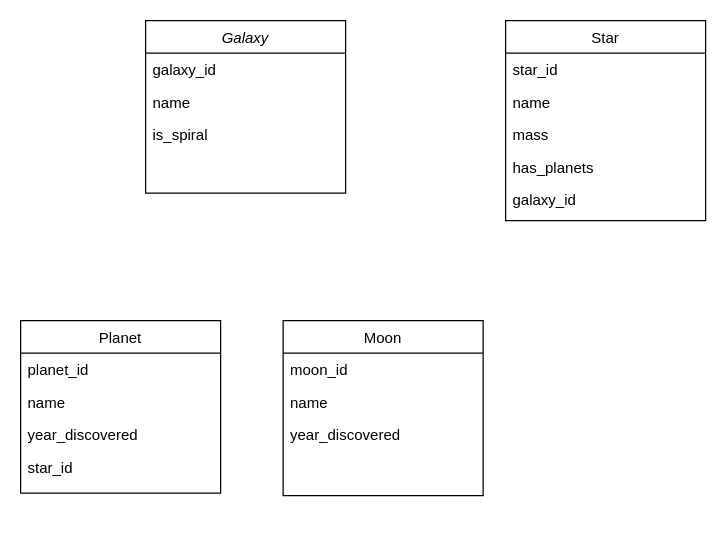
Before: Diagram.drawio in tskxz/celestial-bodies, a draw.io diagram. Source tidied: cells renumbered, new cells numbered last; positions are measured from the earlier drawing's top-left corner, leaving out a move shared by most shapes. Both pictures are drawn from the tidied source at 125%, with x=0, y=0 at pixel (20, 20).
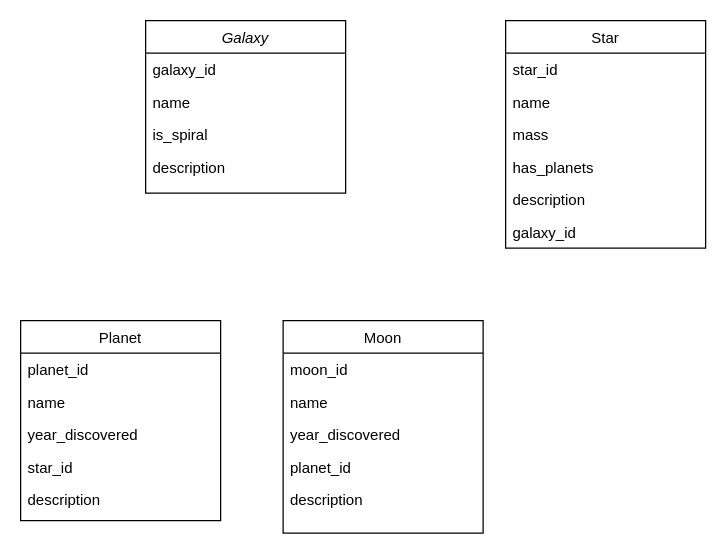
The same diagram, later.

The change refers to these unchanged cells:
```xml
<mxCell id="2" value="Galaxy" style="swimlane;fontStyle=2;align=center;verticalAlign=top;horizontal=1;startSize=26;rounded=0;shadow=0;strokeWidth=1;" parent="1" vertex="1">
  <mxGeometry x="100" width="160" height="138" as="geometry" />
</mxCell>
```

The edit, as a diff of the source:
```diff
@@
+    <mxCell id="21" value="description" style="text;align=left;verticalAlign=top;spacingLeft=4;spacingRight=4;overflow=hidden;rounded=0;shadow=0;html=0;" parent="2" vertex="1">
+      <mxGeometry y="104" width="160" height="26" as="geometry" />
+    </mxCell>
     <mxCell id="6" value="Planet" style="swimlane;fontStyle=0;align=center;verticalAlign=top;horizontal=1;startSize=26;rounded=0;shadow=0;strokeWidth=1;" parent="1" vertex="1">
-      <mxGeometry y="240" width="160" height="138" as="geometry" />
+      <mxGeometry y="240" width="160" height="160" as="geometry" />
     </mxCell>
@@
+    <mxCell id="22" value="description" style="text;align=left;verticalAlign=top;spacingLeft=4;spacingRight=4;overflow=hidden;rounded=0;shadow=0;html=0;" parent="6" vertex="1">
+      <mxGeometry y="130" width="160" height="26" as="geometry" />
+    </mxCell>
     <mxCell id="11" value="Moon" style="swimlane;fontStyle=0;align=center;verticalAlign=top;horizontal=1;startSize=26;rounded=0;shadow=0;strokeWidth=1;" parent="1" vertex="1">
-      <mxGeometry x="210" y="240" width="160" height="140" as="geometry" />
+      <mxGeometry x="210" y="240" width="160" height="170" as="geometry" />
     </mxCell>
@@
+    <mxCell id="23" value="planet_id" style="text;align=left;verticalAlign=top;spacingLeft=4;spacingRight=4;overflow=hidden;rounded=0;shadow=0;html=0;" parent="11" vertex="1">
+      <mxGeometry y="104" width="160" height="26" as="geometry" />
+    </mxCell>
+    <mxCell id="24" value="description" style="text;align=left;verticalAlign=top;spacingLeft=4;spacingRight=4;overflow=hidden;rounded=0;shadow=0;html=0;" parent="11" vertex="1">
+      <mxGeometry y="130" width="160" height="26" as="geometry" />
+    </mxCell>
     <mxCell id="15" value="Star" style="swimlane;fontStyle=0;align=center;verticalAlign=top;horizontal=1;startSize=26;rounded=0;shadow=0;strokeWidth=1;" parent="1" vertex="1">
-      <mxGeometry x="388" width="160" height="160" as="geometry" />
+      <mxGeometry x="388" width="160" height="182" as="geometry" />
     </mxCell>
@@
+    <mxCell id="25" value="description" style="text;align=left;verticalAlign=top;spacingLeft=4;spacingRight=4;overflow=hidden;rounded=0;shadow=0;html=0;" parent="15" vertex="1">
+      <mxGeometry y="130" width="160" height="26" as="geometry" />
+    </mxCell>
     <mxCell id="20" value="galaxy_id" style="text;align=left;verticalAlign=top;spacingLeft=4;spacingRight=4;overflow=hidden;rounded=0;shadow=0;html=0;" parent="15" vertex="1">
-      <mxGeometry y="130" width="160" height="26" as="geometry" />
+      <mxGeometry y="156" width="160" height="26" as="geometry" />
     </mxCell>
```
